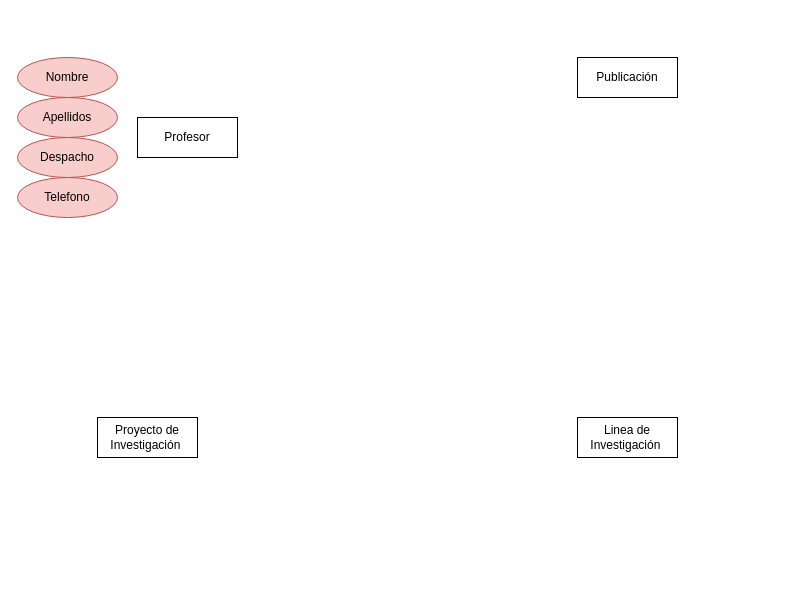
SebassX69/DiagramasDB keeps this draw.io diagram as P_Investigacion.drawio. Above is the earlier version. Source tidied: cells renumbered, new cells numbered last; positions are measured from the earlier drawing's top-left corner, leaving out a move shared by most shapes. Both pictures are drawn from the tidied source at 100%, with x=0, y=0 at pixel (17, 57).
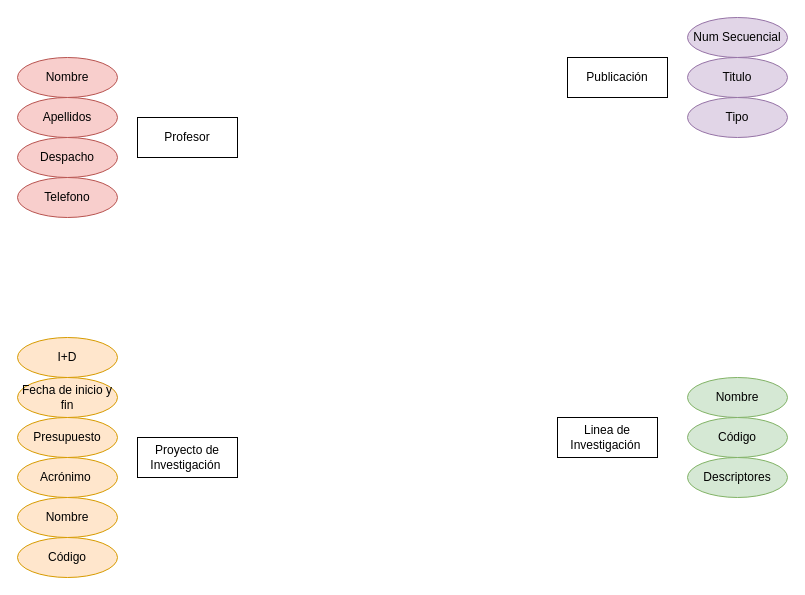
The same diagram, later.

The edit, as a diff of the source:
```diff
@@
     <mxCell id="3" value="Proyecto de Investigación&amp;nbsp;" style="whiteSpace=wrap;html=1;align=center;" parent="1" vertex="1">
-      <mxGeometry x="80" y="360" width="100" height="40" as="geometry" />
+      <mxGeometry x="120" y="380" width="100" height="40" as="geometry" />
     </mxCell>
     <mxCell id="4" value="Publicación" style="whiteSpace=wrap;html=1;align=center;" parent="1" vertex="1">
-      <mxGeometry x="560" width="100" height="40" as="geometry" />
+      <mxGeometry x="550" width="100" height="40" as="geometry" />
     </mxCell>
     <mxCell id="5" value="Linea de Investigación&amp;nbsp;" style="whiteSpace=wrap;html=1;align=center;" parent="1" vertex="1">
-      <mxGeometry x="560" y="360" width="100" height="40" as="geometry" />
+      <mxGeometry x="540" y="360" width="100" height="40" as="geometry" />
     </mxCell>
@@
+    <mxCell id="10" value="Código" style="ellipse;whiteSpace=wrap;html=1;align=center;fillColor=#d5e8d4;strokeColor=#82b366;" parent="1" vertex="1">
+      <mxGeometry x="670" y="360" width="100" height="40" as="geometry" />
+    </mxCell>
+    <mxCell id="11" value="Nombre" style="ellipse;whiteSpace=wrap;html=1;align=center;fillColor=#d5e8d4;strokeColor=#82b366;" parent="1" vertex="1">
+      <mxGeometry x="670" y="320" width="100" height="40" as="geometry" />
+    </mxCell>
+    <mxCell id="12" value="Descriptores" style="ellipse;whiteSpace=wrap;html=1;align=center;fillColor=#d5e8d4;strokeColor=#82b366;" parent="1" vertex="1">
+      <mxGeometry x="670" y="400" width="100" height="40" as="geometry" />
+    </mxCell>
+    <mxCell id="13" value="Código" style="ellipse;whiteSpace=wrap;html=1;align=center;fillColor=#ffe6cc;strokeColor=#d79b00;" parent="1" vertex="1">
+      <mxGeometry y="480" width="100" height="40" as="geometry" />
+    </mxCell>
+    <mxCell id="14" value="Nombre" style="ellipse;whiteSpace=wrap;html=1;align=center;fillColor=#ffe6cc;strokeColor=#d79b00;" parent="1" vertex="1">
+      <mxGeometry y="440" width="100" height="40" as="geometry" />
+    </mxCell>
+    <mxCell id="15" value="Acrónimo&amp;nbsp;" style="ellipse;whiteSpace=wrap;html=1;align=center;fillColor=#ffe6cc;strokeColor=#d79b00;" parent="1" vertex="1">
+      <mxGeometry y="400" width="100" height="40" as="geometry" />
+    </mxCell>
+    <mxCell id="16" value="Presupuesto" style="ellipse;whiteSpace=wrap;html=1;align=center;fillColor=#ffe6cc;strokeColor=#d79b00;" parent="1" vertex="1">
+      <mxGeometry y="360" width="100" height="40" as="geometry" />
+    </mxCell>
+    <mxCell id="17" value="Fecha de inicio y fin" style="ellipse;whiteSpace=wrap;html=1;align=center;fillColor=#ffe6cc;strokeColor=#d79b00;" parent="1" vertex="1">
+      <mxGeometry y="320" width="100" height="40" as="geometry" />
+    </mxCell>
+    <mxCell id="18" value="I+D" style="ellipse;whiteSpace=wrap;html=1;align=center;fillColor=#ffe6cc;strokeColor=#d79b00;" parent="1" vertex="1">
+      <mxGeometry y="280" width="100" height="40" as="geometry" />
+    </mxCell>
+    <mxCell id="19" value="Num Secuencial" style="ellipse;whiteSpace=wrap;html=1;align=center;fillColor=#e1d5e7;strokeColor=#9673a6;" parent="1" vertex="1">
+      <mxGeometry x="670" y="-40" width="100" height="40" as="geometry" />
+    </mxCell>
+    <mxCell id="20" value="Titulo" style="ellipse;whiteSpace=wrap;html=1;align=center;fillColor=#e1d5e7;strokeColor=#9673a6;" parent="1" vertex="1">
+      <mxGeometry x="670" width="100" height="40" as="geometry" />
+    </mxCell>
+    <mxCell id="21" value="Tipo" style="ellipse;whiteSpace=wrap;html=1;align=center;fillColor=#e1d5e7;strokeColor=#9673a6;" parent="1" vertex="1">
+      <mxGeometry x="670" y="40" width="100" height="40" as="geometry" />
+    </mxCell>
```
